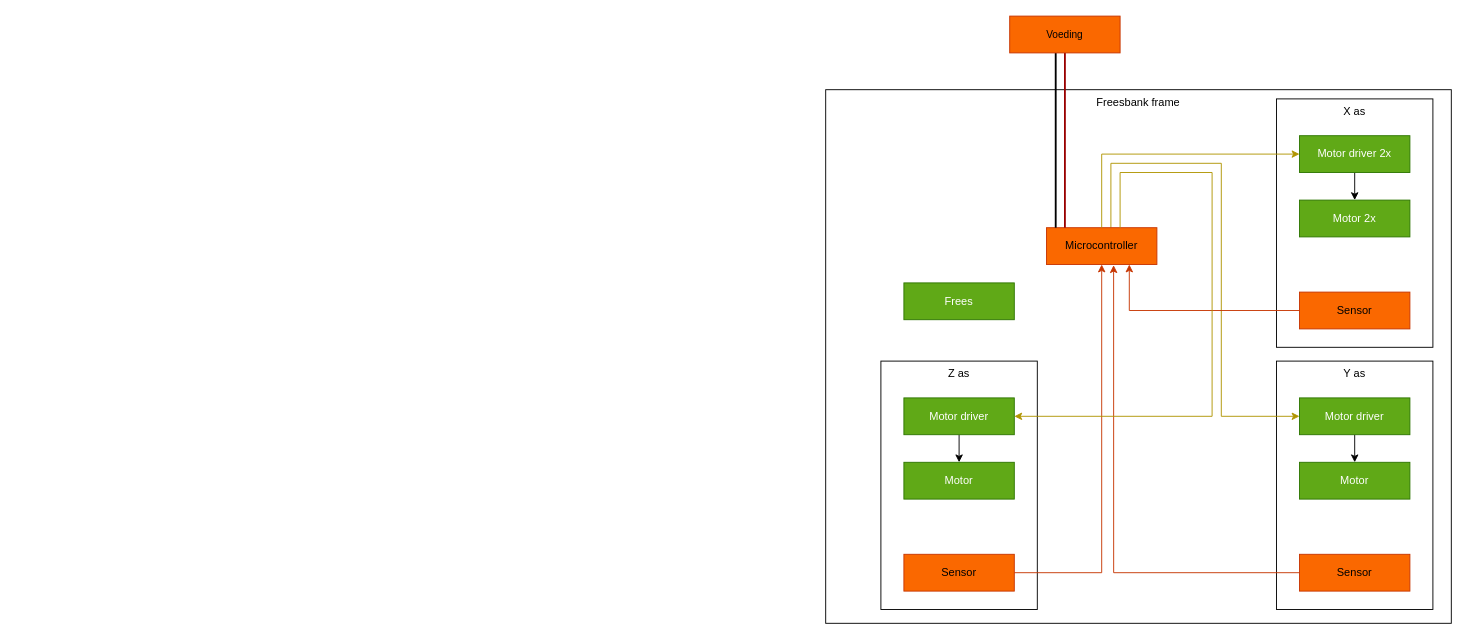
Earlier version of the draw.io diagram page "Page-11" (11 of 11) of documentatie/bronnen/diagrams.drawio (OlafGoud/Freesbank). Source tidied: cells renumbered, new cells numbered last; positions are measured from the earlier drawing's top-left corner, leaving out a move shared by most shapes. Both pictures are drawn from the tidied source at 92%, with x=0, y=0 at pixel (825, 16).
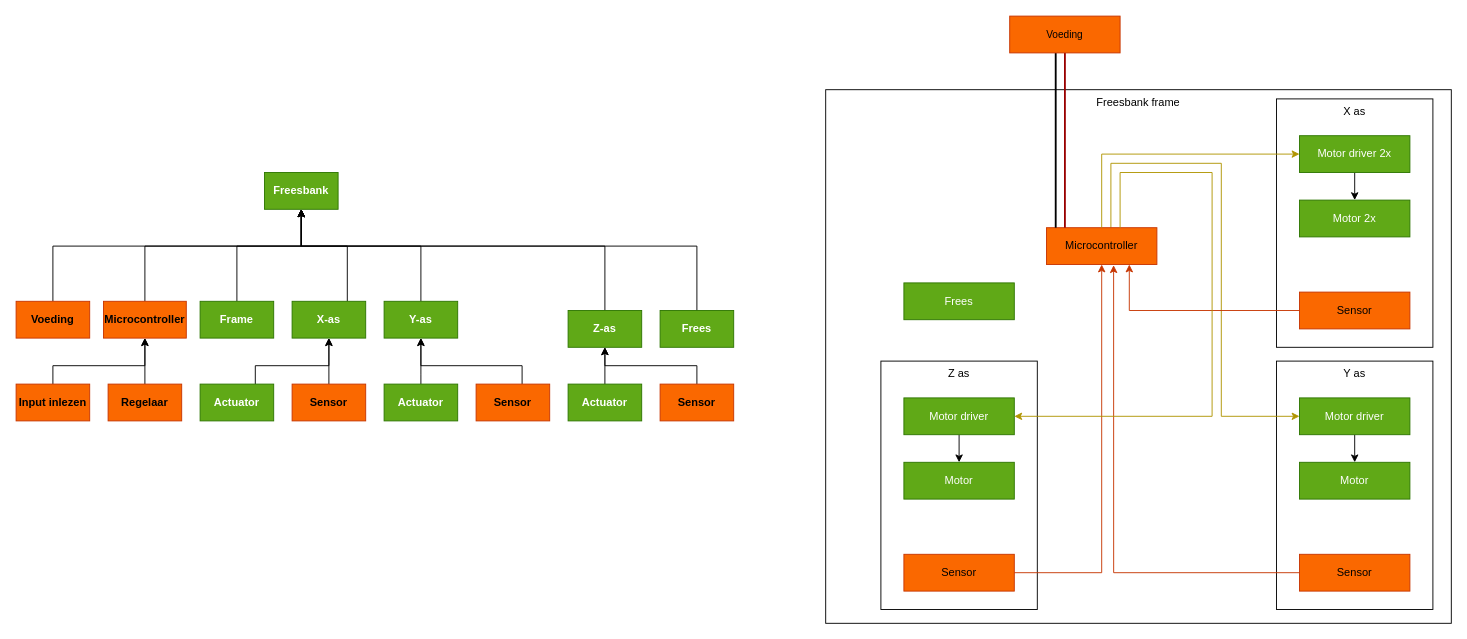
The same page after the edit.

Change to the diagram source:
```diff
@@
+    <mxCell id="29" style="edgeStyle=orthogonalEdgeStyle;rounded=0;jettySize=auto;html=1;fontStyle=1;" parent="1" edge="1" source="30" target="31">
+      <mxGeometry relative="1" as="geometry">
+        <Array as="points">
+          <mxPoint x="-740" y="250" />
+          <mxPoint x="-570" y="250" />
+        </Array>
+      </mxGeometry>
+    </mxCell>
+    <mxCell id="30" value="Microcontroller" style="rounded=0;whiteSpace=wrap;html=1;fillColor=#fa6800;fontColor=#000000;strokeColor=#C73500;fontStyle=1;" parent="1" vertex="1">
+      <mxGeometry x="-785" y="310" width="90" height="40" as="geometry" />
+    </mxCell>
+    <mxCell id="31" value="Freesbank" style="rounded=0;whiteSpace=wrap;html=1;fillColor=#60a917;fontColor=#ffffff;strokeColor=#2D7600;fontStyle=1;" parent="1" vertex="1">
+      <mxGeometry x="-610" y="170" width="80" height="40" as="geometry" />
+    </mxCell>
+    <mxCell id="32" style="edgeStyle=orthogonalEdgeStyle;rounded=0;jettySize=auto;html=1;fontStyle=1;" parent="1" edge="1" source="33" target="30">
+      <mxGeometry relative="1" as="geometry" />
+    </mxCell>
+    <mxCell id="33" value="Regelaar" style="rounded=0;whiteSpace=wrap;html=1;fillColor=#fa6800;fontColor=#000000;strokeColor=#C73500;fontStyle=1;" parent="1" vertex="1">
+      <mxGeometry x="-780" y="400" width="80" height="40" as="geometry" />
+    </mxCell>
+    <mxCell id="34" style="edgeStyle=orthogonalEdgeStyle;rounded=0;jettySize=auto;html=1;fontStyle=1;" parent="1" edge="1" source="35" target="31">
+      <mxGeometry relative="1" as="geometry">
+        <Array as="points">
+          <mxPoint x="-240" y="250" />
+          <mxPoint x="-570" y="250" />
+        </Array>
+      </mxGeometry>
+    </mxCell>
+    <mxCell id="35" value="Z-as" style="rounded=0;whiteSpace=wrap;html=1;fillColor=#60a917;fontColor=#ffffff;strokeColor=#2D7600;fontStyle=1;" parent="1" vertex="1">
+      <mxGeometry x="-280" y="320" width="80" height="40" as="geometry" />
+    </mxCell>
+    <mxCell id="36" style="edgeStyle=orthogonalEdgeStyle;rounded=0;jettySize=auto;html=1;fontStyle=1;" parent="1" edge="1" source="37" target="35">
+      <mxGeometry relative="1" as="geometry" />
+    </mxCell>
+    <mxCell id="37" value="Actuator" style="rounded=0;whiteSpace=wrap;html=1;fillColor=#60a917;fontColor=#ffffff;strokeColor=#2D7600;fontStyle=1;" parent="1" vertex="1">
+      <mxGeometry x="-280" y="400" width="80" height="40" as="geometry" />
+    </mxCell>
+    <mxCell id="38" style="edgeStyle=orthogonalEdgeStyle;rounded=0;jettySize=auto;html=1;fontStyle=1;" parent="1" edge="1" source="39" target="31">
+      <mxGeometry relative="1" as="geometry">
+        <Array as="points">
+          <mxPoint x="-140" y="250" />
+          <mxPoint x="-570" y="250" />
+        </Array>
+      </mxGeometry>
+    </mxCell>
+    <mxCell id="39" value="Frees" style="rounded=0;whiteSpace=wrap;html=1;fillColor=#60a917;fontColor=#ffffff;strokeColor=#2D7600;fontStyle=1;" parent="1" vertex="1">
+      <mxGeometry x="-180" y="320" width="80" height="40" as="geometry" />
+    </mxCell>
+    <mxCell id="40" style="edgeStyle=orthogonalEdgeStyle;rounded=0;jettySize=auto;html=1;fontStyle=1;" parent="1" edge="1" source="41" target="31">
+      <mxGeometry relative="1" as="geometry">
+        <Array as="points">
+          <mxPoint x="-440" y="250" />
+          <mxPoint x="-570" y="250" />
+        </Array>
+      </mxGeometry>
+    </mxCell>
+    <mxCell id="41" value="Y-as" style="rounded=0;whiteSpace=wrap;html=1;fillColor=#60a917;fontColor=#ffffff;strokeColor=#2D7600;fontStyle=1;" parent="1" vertex="1">
+      <mxGeometry x="-480" y="310" width="80" height="40" as="geometry" />
+    </mxCell>
+    <mxCell id="42" style="edgeStyle=orthogonalEdgeStyle;rounded=0;jettySize=auto;html=1;fontStyle=1;" parent="1" edge="1" source="43" target="41">
+      <mxGeometry relative="1" as="geometry">
+        <Array as="points">
+          <mxPoint x="-440" y="390" />
+          <mxPoint x="-440" y="390" />
+        </Array>
+      </mxGeometry>
+    </mxCell>
+    <mxCell id="43" value="Actuator" style="rounded=0;whiteSpace=wrap;html=1;fillColor=#60a917;fontColor=#ffffff;strokeColor=#2D7600;fontStyle=1;" parent="1" vertex="1">
+      <mxGeometry x="-480" y="400" width="80" height="40" as="geometry" />
+    </mxCell>
+    <mxCell id="44" style="edgeStyle=orthogonalEdgeStyle;rounded=0;jettySize=auto;html=1;fontStyle=1;" parent="1" edge="1" source="45" target="41">
+      <mxGeometry relative="1" as="geometry">
+        <Array as="points">
+          <mxPoint x="-330" y="380" />
+          <mxPoint x="-440" y="380" />
+        </Array>
+      </mxGeometry>
+    </mxCell>
+    <mxCell id="45" value="Sensor" style="rounded=0;whiteSpace=wrap;html=1;fillColor=#fa6800;fontColor=#000000;strokeColor=#C73500;fontStyle=1;" parent="1" vertex="1">
+      <mxGeometry x="-380" y="400" width="80" height="40" as="geometry" />
+    </mxCell>
+    <mxCell id="46" style="edgeStyle=orthogonalEdgeStyle;rounded=0;jettySize=auto;html=1;fontStyle=1;" parent="1" edge="1" source="47" target="31">
+      <mxGeometry relative="1" as="geometry">
+        <Array as="points">
+          <mxPoint x="-520" y="250" />
+          <mxPoint x="-570" y="250" />
+        </Array>
+      </mxGeometry>
+    </mxCell>
+    <mxCell id="47" value="X-as" style="rounded=0;whiteSpace=wrap;html=1;fillColor=#60a917;fontColor=#ffffff;strokeColor=#2D7600;fontStyle=1;" parent="1" vertex="1">
+      <mxGeometry x="-580" y="310" width="80" height="40" as="geometry" />
+    </mxCell>
+    <mxCell id="48" style="edgeStyle=orthogonalEdgeStyle;rounded=0;jettySize=auto;html=1;fontStyle=1;" parent="1" edge="1" source="49" target="47">
+      <mxGeometry relative="1" as="geometry">
+        <Array as="points">
+          <mxPoint x="-620" y="380" />
+          <mxPoint x="-540" y="380" />
+        </Array>
+      </mxGeometry>
+    </mxCell>
+    <mxCell id="49" value="Actuator" style="rounded=0;whiteSpace=wrap;html=1;fillColor=#60a917;fontColor=#ffffff;strokeColor=#2D7600;fontStyle=1;" parent="1" vertex="1">
+      <mxGeometry x="-680" y="400" width="80" height="40" as="geometry" />
+    </mxCell>
+    <mxCell id="50" style="edgeStyle=orthogonalEdgeStyle;rounded=0;jettySize=auto;html=1;fontStyle=1;" parent="1" edge="1" source="51" target="47">
+      <mxGeometry relative="1" as="geometry" />
+    </mxCell>
+    <mxCell id="51" value="Sensor" style="rounded=0;whiteSpace=wrap;html=1;fillColor=#fa6800;fontColor=#000000;strokeColor=#C73500;fontStyle=1;" parent="1" vertex="1">
+      <mxGeometry x="-580" y="400" width="80" height="40" as="geometry" />
+    </mxCell>
+    <mxCell id="52" style="edgeStyle=orthogonalEdgeStyle;rounded=0;jettySize=auto;html=1;fontStyle=1;" parent="1" edge="1" source="53" target="35">
+      <mxGeometry relative="1" as="geometry">
+        <Array as="points">
+          <mxPoint x="-140" y="380" />
+          <mxPoint x="-240" y="380" />
+        </Array>
+      </mxGeometry>
+    </mxCell>
+    <mxCell id="53" value="Sensor" style="rounded=0;whiteSpace=wrap;html=1;fillColor=#fa6800;fontColor=#000000;strokeColor=#C73500;fontStyle=1;" parent="1" vertex="1">
+      <mxGeometry x="-180" y="400" width="80" height="40" as="geometry" />
+    </mxCell>
+    <mxCell id="54" style="edgeStyle=orthogonalEdgeStyle;rounded=0;jettySize=auto;html=1;fontStyle=1;" parent="1" edge="1" source="55" target="30">
+      <mxGeometry relative="1" as="geometry">
+        <Array as="points">
+          <mxPoint x="-840" y="380" />
+          <mxPoint x="-740" y="380" />
+        </Array>
+      </mxGeometry>
+    </mxCell>
+    <mxCell id="55" value="Input inlezen" style="rounded=0;whiteSpace=wrap;html=1;fillColor=#fa6800;fontColor=#000000;strokeColor=#C73500;fontStyle=1;" parent="1" vertex="1">
+      <mxGeometry x="-880" y="400" width="80" height="40" as="geometry" />
+    </mxCell>
+    <mxCell id="56" style="edgeStyle=orthogonalEdgeStyle;rounded=0;jettySize=auto;html=1;fontStyle=1;" parent="1" edge="1" source="57" target="31">
+      <mxGeometry relative="1" as="geometry">
+        <Array as="points">
+          <mxPoint x="-840" y="250" />
+          <mxPoint x="-570" y="250" />
+        </Array>
+      </mxGeometry>
+    </mxCell>
+    <mxCell id="57" value="Voeding" style="rounded=0;whiteSpace=wrap;html=1;fillColor=#fa6800;fontColor=#000000;strokeColor=#C73500;fontStyle=1;" parent="1" vertex="1">
+      <mxGeometry x="-880" y="310" width="80" height="40" as="geometry" />
+    </mxCell>
+    <mxCell id="58" style="edgeStyle=orthogonalEdgeStyle;rounded=0;jettySize=auto;html=1;" parent="1" edge="1" source="59" target="31">
+      <mxGeometry relative="1" as="geometry">
+        <Array as="points">
+          <mxPoint x="-640" y="250" />
+          <mxPoint x="-570" y="250" />
+        </Array>
+      </mxGeometry>
+    </mxCell>
+    <mxCell id="59" value="Frame" style="rounded=0;whiteSpace=wrap;html=1;fillColor=#60a917;fontColor=#ffffff;strokeColor=#2D7600;fontStyle=1;" parent="1" vertex="1">
+      <mxGeometry x="-680" y="310" width="80" height="40" as="geometry" />
+    </mxCell>
```
